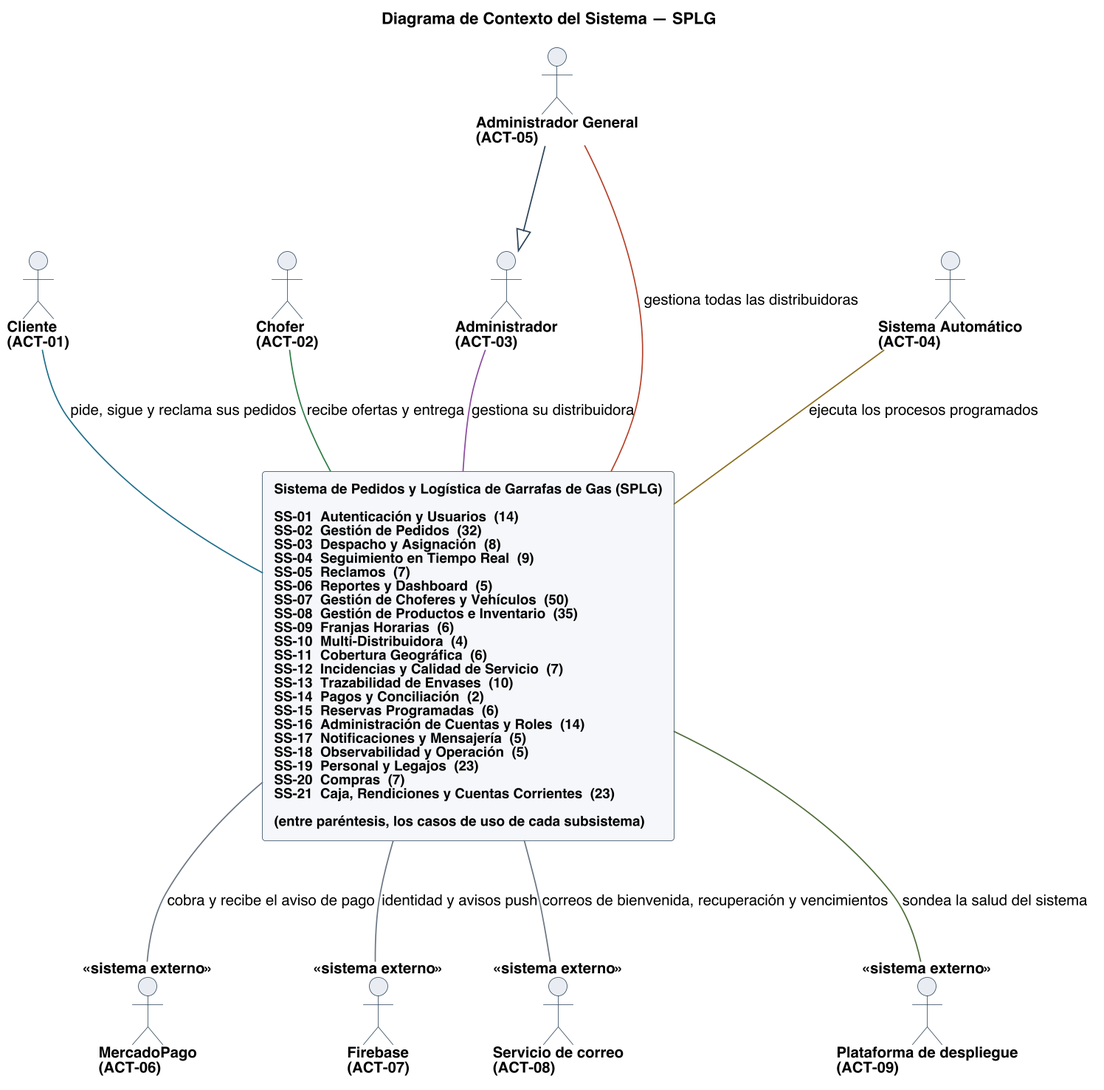
This is diagramas/uml/CU_Sistema_Diagrama-De-Contexto.png from Nahuelito-Dev/splg-docs, a PlantUML export, as it was before one commit.
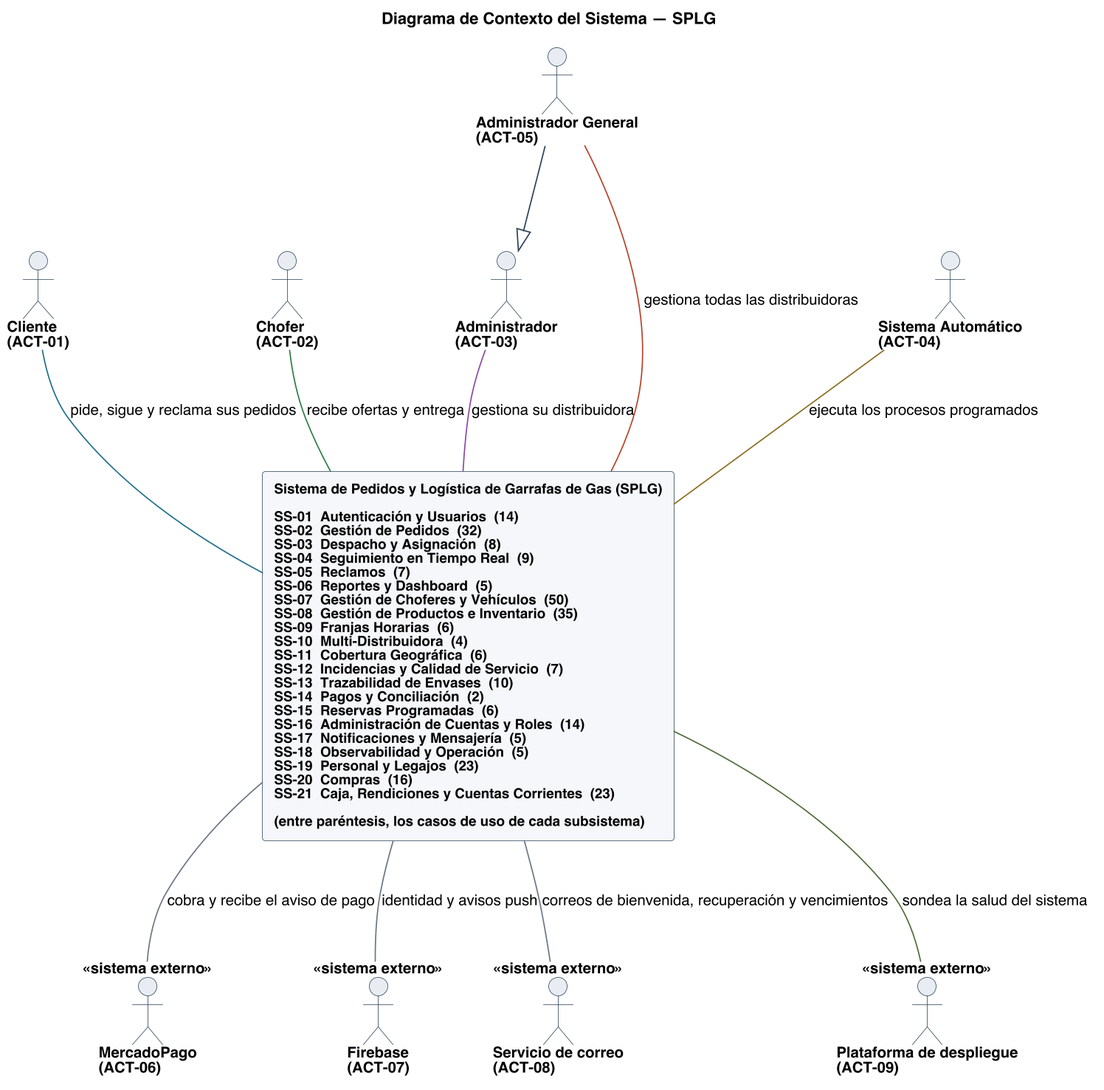
The same file after the commit.

The edit, as a diff of the source:
```diff
@@ -41,7 +41,7 @@
 actor "Servicio de correo\n(ACT-08)" as A08 <<sistema externo>>
 actor "Plataforma de despliegue\n(ACT-09)" as A09 <<sistema externo>>
 
-rectangle "**Sistema de Pedidos y Logística de Garrafas de Gas (SPLG)**\n\nSS-01  Autenticación y Usuarios  (14)\nSS-02  Gestión de Pedidos  (32)\nSS-03  Despacho y Asignación  (8)\nSS-04  Seguimiento en Tiempo Real  (9)\nSS-05  Reclamos  (7)\nSS-06  Reportes y Dashboard  (5)\nSS-07  Gestión de Choferes y Vehículos  (50)\nSS-08  Gestión de Productos e Inventario  (35)\nSS-09  Franjas Horarias  (6)\nSS-10  Multi-Distribuidora  (4)\nSS-11  Cobertura Geográfica  (6)\nSS-12  Incidencias y Calidad de Servicio  (7)\nSS-13  Trazabilidad de Envases  (10)\nSS-14  Pagos y Conciliación  (2)\nSS-15  Reservas Programadas  (6)\nSS-16  Administración de Cuentas y Roles  (14)\nSS-17  Notificaciones y Mensajería  (5)\nSS-18  Observabilidad y Operación  (5)\nSS-19  Personal y Legajos  (23)\nSS-20  Compras  (7)\nSS-21  Caja, Rendiciones y Cuentas Corrientes  (23)\n\n(entre paréntesis, los casos de uso de cada subsistema)" as LIMITE #back:F4F7FA;line:2C4257
+rectangle "**Sistema de Pedidos y Logística de Garrafas de Gas (SPLG)**\n\nSS-01  Autenticación y Usuarios  (14)\nSS-02  Gestión de Pedidos  (32)\nSS-03  Despacho y Asignación  (8)\nSS-04  Seguimiento en Tiempo Real  (9)\nSS-05  Reclamos  (7)\nSS-06  Reportes y Dashboard  (5)\nSS-07  Gestión de Choferes y Vehículos  (50)\nSS-08  Gestión de Productos e Inventario  (35)\nSS-09  Franjas Horarias  (6)\nSS-10  Multi-Distribuidora  (4)\nSS-11  Cobertura Geográfica  (6)\nSS-12  Incidencias y Calidad de Servicio  (7)\nSS-13  Trazabilidad de Envases  (10)\nSS-14  Pagos y Conciliación  (2)\nSS-15  Reservas Programadas  (6)\nSS-16  Administración de Cuentas y Roles  (14)\nSS-17  Notificaciones y Mensajería  (5)\nSS-18  Observabilidad y Operación  (5)\nSS-19  Personal y Legajos  (23)\nSS-20  Compras  (16)\nSS-21  Caja, Rendiciones y Cuentas Corrientes  (23)\n\n(entre paréntesis, los casos de uso de cada subsistema)" as LIMITE #back:F4F7FA;line:2C4257
 
 A01 -[#1F6F8B]down- LIMITE : pide, sigue y reclama sus pedidos
 A02 -[#2E7D46]down- LIMITE : recibe ofertas y entrega
```
